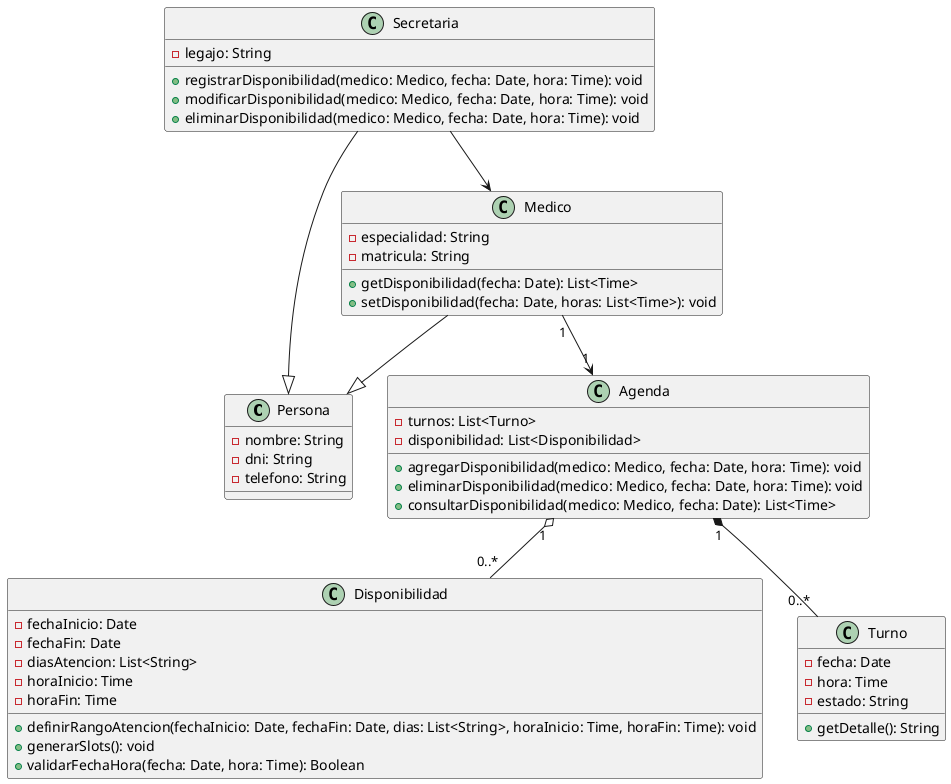
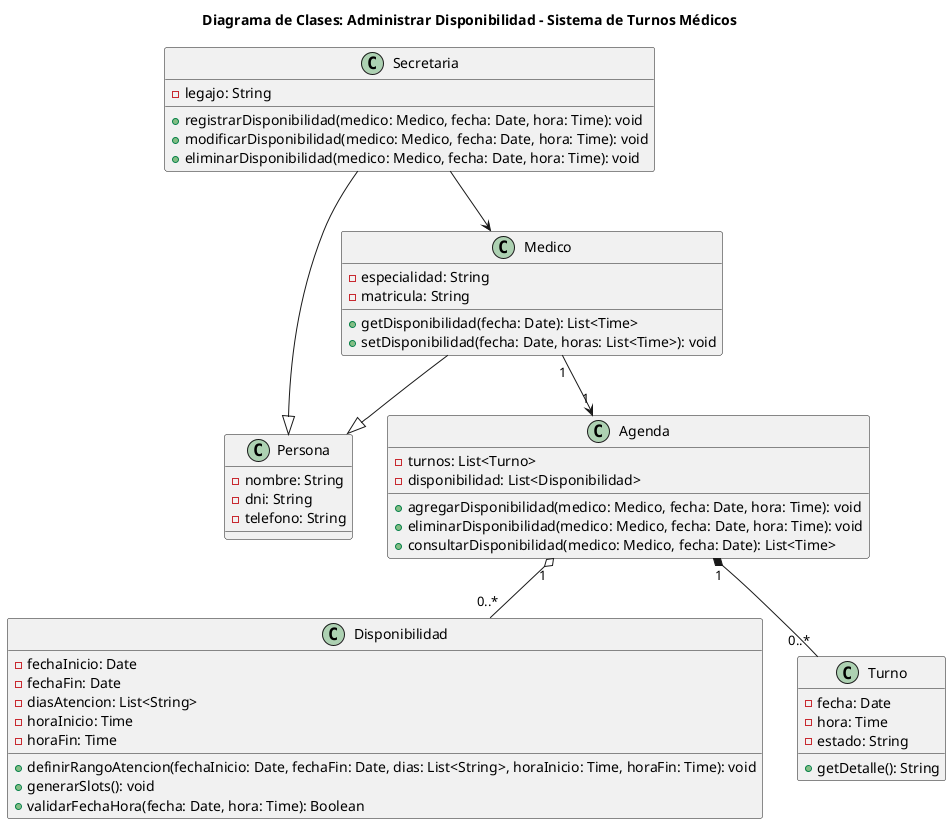
- @startuml
+ @startuml 05-clases-administrar-disponibilidad-05
+ title Diagrama de Clases: Administrar Disponibilidad - Sistema de Turnos Médicos
class Persona {
  - nombre: String
  - dni: String
  - telefono: String
}

class Secretaria {
  - legajo: String
  + registrarDisponibilidad(medico: Medico, fecha: Date, hora: Time): void
  + modificarDisponibilidad(medico: Medico, fecha: Date, hora: Time): void
  + eliminarDisponibilidad(medico: Medico, fecha: Date, hora: Time): void
}

class Medico {
  - especialidad: String
  - matricula: String
  + getDisponibilidad(fecha: Date): List<Time>
  + setDisponibilidad(fecha: Date, horas: List<Time>): void
}

class Agenda {
  - turnos: List<Turno>
  - disponibilidad: List<Disponibilidad>
  + agregarDisponibilidad(medico: Medico, fecha: Date, hora: Time): void
  + eliminarDisponibilidad(medico: Medico, fecha: Date, hora: Time): void
  + consultarDisponibilidad(medico: Medico, fecha: Date): List<Time>
}

class Disponibilidad {
    - fechaInicio: Date
    - fechaFin: Date
    - diasAtencion: List<String>
    - horaInicio: Time
    - horaFin: Time
    + definirRangoAtencion(fechaInicio: Date, fechaFin: Date, dias: List<String>, horaInicio: Time, horaFin: Time): void
    + generarSlots(): void
    + validarFechaHora(fecha: Date, hora: Time): Boolean
}

class Turno {
  - fecha: Date
  - hora: Time
  - estado: String
  + getDetalle(): String
}

Secretaria --|> Persona
Medico --|> Persona
Secretaria --> Medico
Agenda "1" o-- "0..*" Disponibilidad
Agenda "1" *-- "0..*" Turno
Medico "1" --> "1" Agenda
@enduml